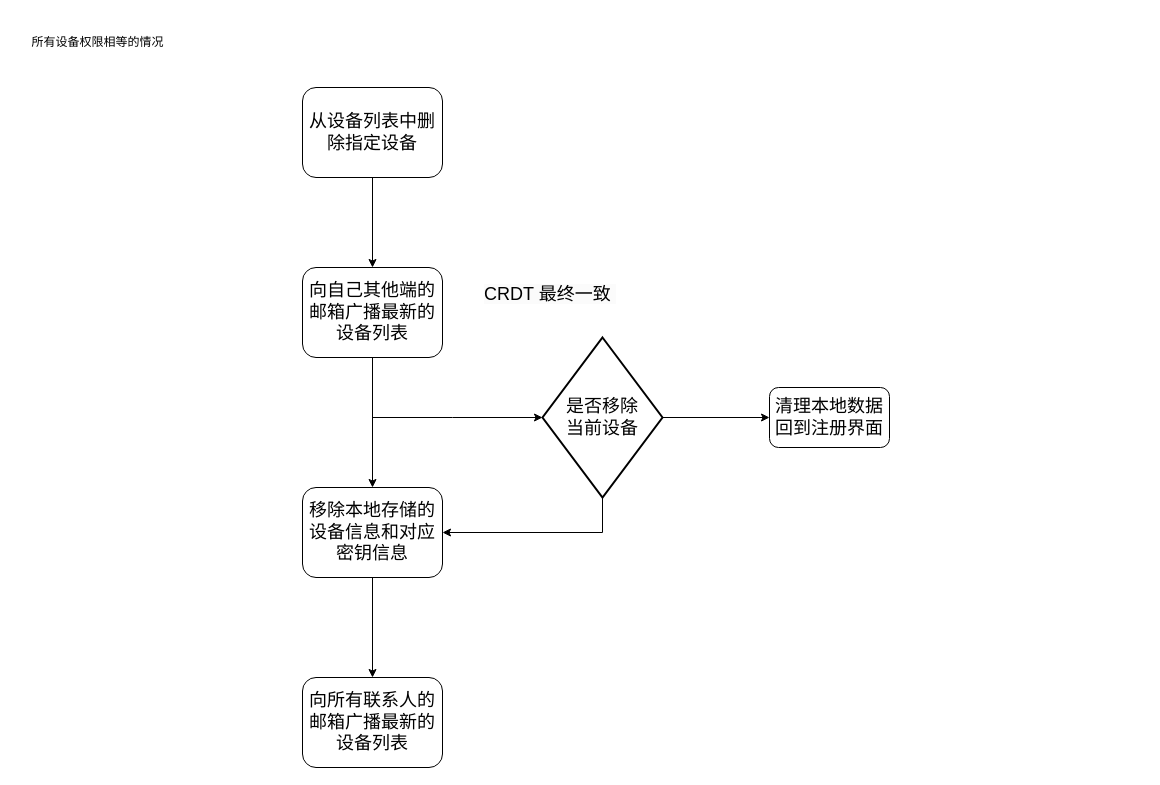
This is page "第 14 页" (14 of 14) of src/main/java/Untitled Diagram.drawio from fiking1984/packetAnalyze, a draw.io file, before an edit. Source tidied: cells renumbered, new cells numbered last; positions are measured from the earlier drawing's top-left corner, leaving out a move shared by most shapes. Both pictures are drawn from the tidied source at 100%, with x=0, y=0 at pixel (17, 27).
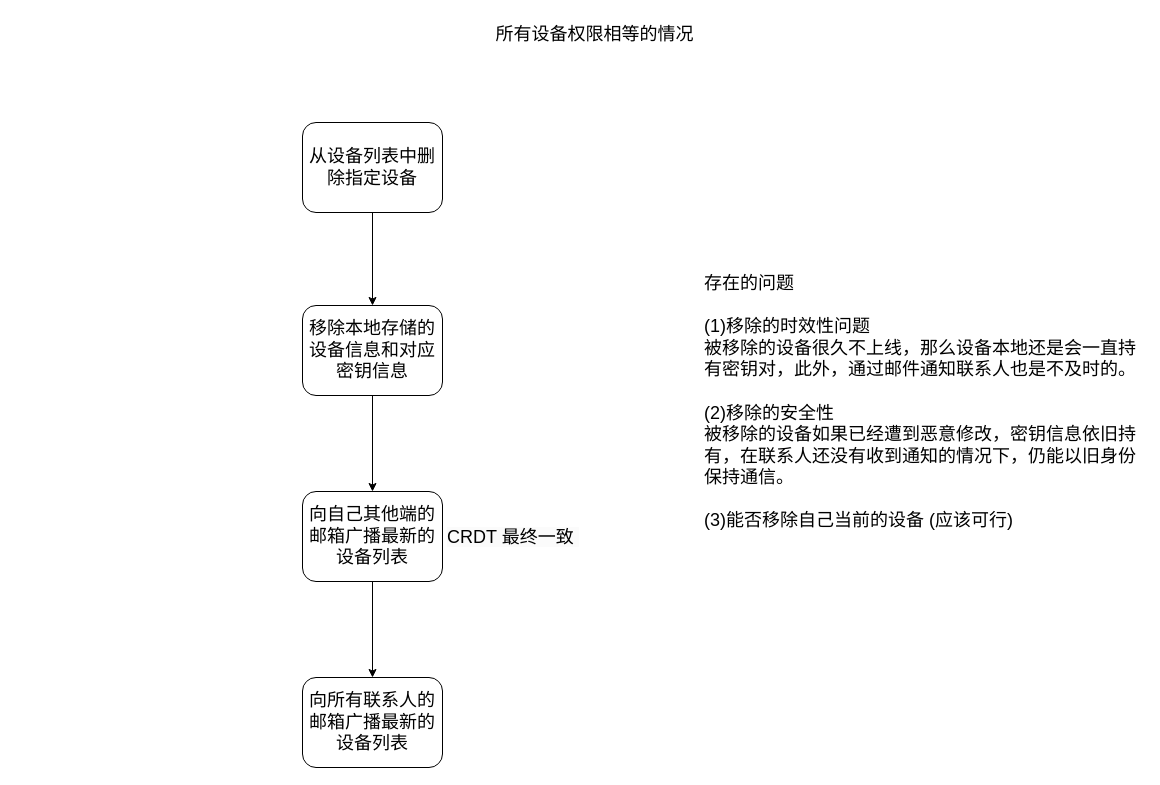
Above is the later version.

The edit, as a diff of the source:
```diff
@@
 <mxGraphModel>
   <root>
     <mxCell id="0" />
     <mxCell id="1" parent="0" />
-    <mxCell id="2" style="edgeStyle=orthogonalEdgeStyle;rounded=0;jettySize=auto;html=1;" parent="1" edge="1" source="3" target="6">
-      <mxGeometry relative="1" as="geometry" />
-    </mxCell>
+    <mxCell id="16" style="edgeStyle=orthogonalEdgeStyle;rounded=0;jettySize=auto;html=1;" parent="1" edge="1" source="3" target="8">
+      <mxGeometry relative="1" as="geometry" />
+    </mxCell>
     <mxCell id="3" value="&lt;font style=&quot;font-size: 18px;&quot;&gt;从设备列表中删除指定设备&lt;/font&gt;" style="rounded=1;whiteSpace=wrap;html=1;" parent="1" vertex="1">
-      <mxGeometry x="285" y="60" width="140" height="90" as="geometry" />
+      <mxGeometry x="285" y="95" width="140" height="90" as="geometry" />
     </mxCell>
     <mxCell id="4" value="&lt;font style=&quot;font-size: 18px;&quot;&gt;向所有联系人的邮箱广播最新的设备列表&lt;/font&gt;" style="rounded=1;whiteSpace=wrap;html=1;" parent="1" vertex="1">
       <mxGeometry x="285" y="650" width="140" height="90" as="geometry" />
     </mxCell>
-    <mxCell id="5" style="edgeStyle=orthogonalEdgeStyle;rounded=0;jettySize=auto;html=1;entryX=0.5;entryY=0;entryDx=0;entryDy=0;" parent="1" edge="1" source="6" target="8">
-      <mxGeometry relative="1" as="geometry" />
-    </mxCell>
+    <mxCell id="17" style="edgeStyle=orthogonalEdgeStyle;rounded=0;jettySize=auto;html=1;" parent="1" edge="1" source="6" target="4">
+      <mxGeometry relative="1" as="geometry" />
+    </mxCell>
     <mxCell id="6" value="&lt;font style=&quot;font-size: 18px;&quot;&gt;向自己其他端的邮箱广播最新的设备列表&lt;/font&gt;" style="rounded=1;whiteSpace=wrap;html=1;" parent="1" vertex="1">
-      <mxGeometry x="285" y="240" width="140" height="90" as="geometry" />
+      <mxGeometry x="285" y="464" width="140" height="90" as="geometry" />
     </mxCell>
-    <mxCell id="7" style="edgeStyle=orthogonalEdgeStyle;rounded=0;jettySize=auto;html=1;entryX=0.5;entryY=0;entryDx=0;entryDy=0;" parent="1" edge="1" source="8" target="4">
-      <mxGeometry relative="1" as="geometry" />
-    </mxCell>
+    <mxCell id="18" style="edgeStyle=orthogonalEdgeStyle;rounded=0;jettySize=auto;html=1;" parent="1" edge="1" source="8" target="6">
+      <mxGeometry relative="1" as="geometry" />
+    </mxCell>
     <mxCell id="8" value="&lt;font style=&quot;font-size: 18px;&quot;&gt;移除本地存储的设备信息和对应密钥信息&lt;/font&gt;" style="rounded=1;whiteSpace=wrap;html=1;" parent="1" vertex="1">
-      <mxGeometry x="285" y="460" width="140" height="90" as="geometry" />
+      <mxGeometry x="285" y="278" width="140" height="90" as="geometry" />
     </mxCell>
-    <mxCell id="9" value="所有设备权限相等的情况" style="text;html=1;align=center;verticalAlign=middle;strokeColor=none;fillColor=none;" parent="1" vertex="1">
-      <mxGeometry width="160" height="30" as="geometry" />
+    <mxCell id="9" value="&lt;font style=&quot;font-size: 18px;&quot;&gt;所有设备权限相等的情况&lt;/font&gt;" style="text;html=1;align=center;verticalAlign=middle;strokeColor=none;fillColor=none;" parent="1" vertex="1">
+      <mxGeometry x="469" y="-10" width="216" height="34" as="geometry" />
     </mxCell>
-    <mxCell id="10" style="edgeStyle=orthogonalEdgeStyle;rounded=0;jettySize=auto;html=1;exitX=0;exitY=0.5;exitDx=0;exitDy=0;exitPerimeter=0;entryX=0;entryY=0.5;entryDx=0;entryDy=0;entryPerimeter=0;" parent="1" edge="1" target="13">
-      <mxGeometry relative="1" as="geometry">
-        <mxPoint x="355" y="390" as="sourcePoint" />
-        <Array as="points">
-          <mxPoint x="435" y="390" />
-          <mxPoint x="435" y="390" />
-        </Array>
-      </mxGeometry>
-    </mxCell>
-    <mxCell id="11" style="edgeStyle=orthogonalEdgeStyle;rounded=0;jettySize=auto;html=1;entryX=1;entryY=0.5;entryDx=0;entryDy=0;" parent="1" edge="1" source="13" target="8">
-      <mxGeometry relative="1" as="geometry">
-        <Array as="points">
-          <mxPoint x="585" y="505" />
-        </Array>
-      </mxGeometry>
-    </mxCell>
-    <mxCell id="12" style="edgeStyle=orthogonalEdgeStyle;rounded=0;jettySize=auto;html=1;entryX=0;entryY=0.5;entryDx=0;entryDy=0;" parent="1" edge="1" source="13" target="14">
-      <mxGeometry relative="1" as="geometry" />
-    </mxCell>
-    <mxCell id="13" value="&lt;font style=&quot;font-size: 18px;&quot;&gt;是否移除&lt;br&gt;当前设备&lt;/font&gt;" style="strokeWidth=2;html=1;shape=mxgraph.flowchart.decision;whiteSpace=wrap;" parent="1" vertex="1">
-      <mxGeometry x="525" y="310" width="120" height="160" as="geometry" />
-    </mxCell>
-    <mxCell id="14" value="&lt;font style=&quot;font-size: 18px;&quot;&gt;清理本地数据&lt;br&gt;回到注册界面&lt;/font&gt;" style="rounded=1;whiteSpace=wrap;html=1;" parent="1" vertex="1">
-      <mxGeometry x="752" y="360" width="120" height="60" as="geometry" />
-    </mxCell>
     <mxCell id="15" value="&lt;span style=&quot;color: rgb(0, 0, 0); font-family: Helvetica; font-size: 18px; font-style: normal; font-variant-ligatures: normal; font-variant-caps: normal; font-weight: 400; letter-spacing: normal; orphans: 2; text-align: center; text-indent: 0px; text-transform: none; widows: 2; word-spacing: 0px; -webkit-text-stroke-width: 0px; background-color: rgb(251, 251, 251); text-decoration-thickness: initial; text-decoration-style: initial; text-decoration-color: initial; float: none; display: inline !important;&quot;&gt;CRDT 最终一致&amp;nbsp;&lt;/span&gt;" style="text;whiteSpace=wrap;html=1;" parent="1" vertex="1">
-      <mxGeometry x="465" y="250" width="360" height="50" as="geometry" />
+      <mxGeometry x="428" y="493" width="360" height="50" as="geometry" />
     </mxCell>
+    <mxCell id="19" value="&lt;font style=&quot;font-size: 18px;&quot;&gt;存在的问题&lt;br&gt;&lt;br&gt;(1)移除的时效性问题&lt;br&gt;被移除的设备很久不上线，那么设备本地还是会一直持有密钥对，此外，通过邮件通知联系人也是不及时的。&lt;br&gt;&lt;br&gt;(2)移除的安全性&lt;br&gt;被移除的设备如果已经遭到恶意修改，密钥信息依旧持有，在联系人还没有收到通知的情况下，仍能以旧身份保持通信。&lt;br&gt;&lt;br&gt;(3)能否移除自己当前的设备 (应该可行)&lt;br style=&quot;border-color: var(--border-color);&quot;&gt;&lt;/font&gt;" style="text;html=1;strokeColor=none;fillColor=none;align=left;verticalAlign=middle;whiteSpace=wrap;rounded=0;" parent="1" vertex="1">
+      <mxGeometry x="685" y="160" width="440" height="430" as="geometry" />
+    </mxCell>
   </root>
 </mxGraphModel>
```
